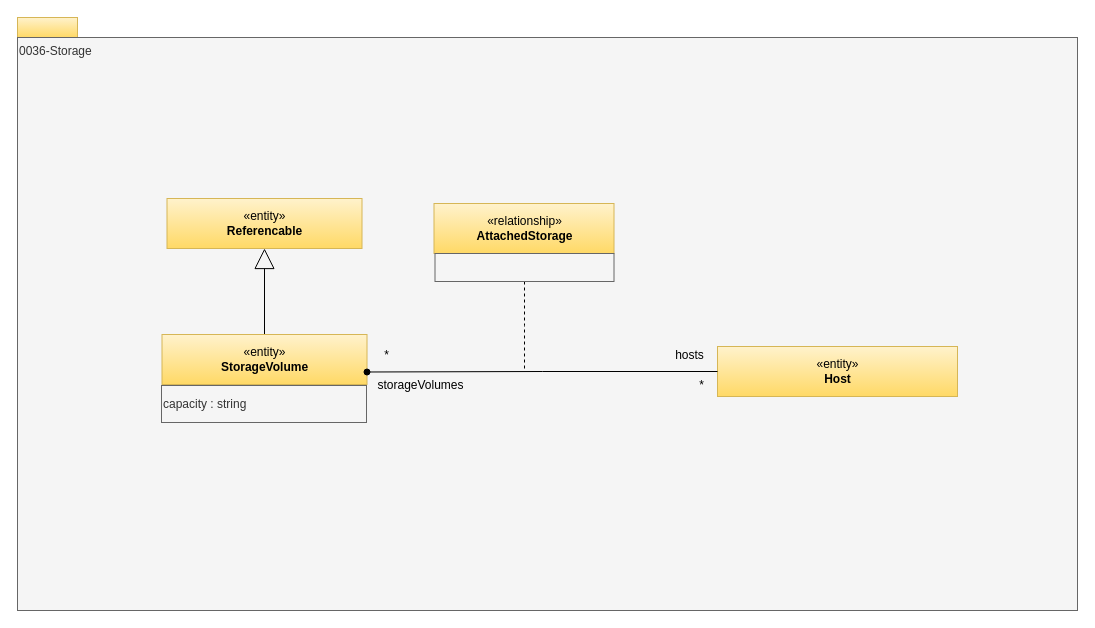
Above: page "0036-Storage" (22 of 32) of site/docs/types/0/area-0-basic-types-and-infrastructure.drawio in odpi/egeria-docs (draw.io), before the change. Source tidied: cells renumbered, new cells numbered last; positions are measured from the earlier drawing's top-left corner, leaving out a move shared by most shapes. Both pictures are drawn from the tidied source at 100%, with x=0, y=0 at pixel (17, 17).
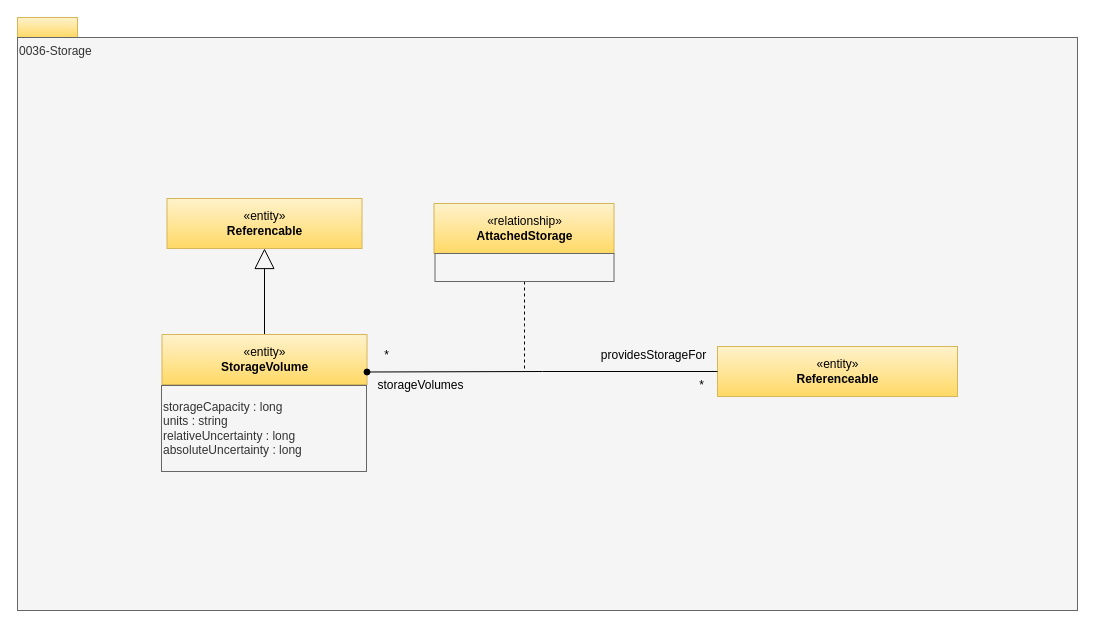
Above is the later version.

What changed in the source:
```diff
@@
 <mxGraphModel>
   <root>
     <mxCell id="0" />
     <mxCell id="1" parent="0" />
     <mxCell id="2" style="rounded=0;whiteSpace=wrap;html=1;align=left;fillColor=#fff2cc;strokeColor=#d6b656;gradientColor=#ffd966;" parent="1" vertex="1">
       <mxGeometry width="60" height="20" as="geometry" />
     </mxCell>
     <mxCell id="3" value="0036-Storage" style="rounded=0;whiteSpace=wrap;html=1;align=left;verticalAlign=top;fillColor=#f5f5f5;fontColor=#333333;strokeColor=#666666;" parent="1" vertex="1">
       <mxGeometry y="20" width="1060" height="573" as="geometry" />
     </mxCell>
-    <mxCell id="4" value="«entity»&lt;br&gt;&lt;b&gt;Host&lt;/b&gt;" style="html=1;strokeColor=#d6b656;align=center;fillColor=#fff2cc;gradientColor=#ffd966;" parent="1" vertex="1">
+    <mxCell id="4" value="«entity»&lt;br&gt;&lt;b&gt;Referenceable&lt;/b&gt;" style="html=1;strokeColor=#d6b656;align=center;fillColor=#fff2cc;gradientColor=#ffd966;" parent="1" vertex="1">
       <mxGeometry x="700" y="329" width="240" height="50" as="geometry" />
     </mxCell>
     <mxCell id="5" style="edgeStyle=orthogonalEdgeStyle;rounded=0;jettySize=auto;html=1;endArrow=block;endFill=0;endSize=18;strokeWidth=1;" parent="1" edge="1" source="6" target="15">
       <mxGeometry relative="1" as="geometry" />
     </mxCell>
     <mxCell id="6" value="«entity»&lt;br&gt;&lt;b&gt;StorageVolume&lt;/b&gt;" style="html=1;strokeColor=#d6b656;align=center;fillColor=#fff2cc;gradientColor=#ffd966;" parent="1" vertex="1">
       <mxGeometry x="144.5" y="317" width="205" height="50" as="geometry" />
     </mxCell>
-    <mxCell id="7" value="capacity : string" style="rounded=0;whiteSpace=wrap;html=1;strokeColor=#666666;align=left;fillColor=#f5f5f5;fontColor=#333333;" parent="1" vertex="1">
-      <mxGeometry x="144" y="368" width="205" height="37" as="geometry" />
+    <mxCell id="7" value="storageCapacity : long&lt;div&gt;units : string&lt;/div&gt;&lt;div&gt;relativeUncertainty : long&lt;/div&gt;&lt;div&gt;absoluteUncertainty : long&lt;/div&gt;" style="rounded=0;whiteSpace=wrap;html=1;strokeColor=#666666;align=left;fillColor=#f5f5f5;fontColor=#333333;" parent="1" vertex="1">
+      <mxGeometry x="144" y="368" width="205" height="86" as="geometry" />
     </mxCell>
     <mxCell id="8" value="*" style="text;html=1;align=center;verticalAlign=middle;strokeColor=none;" parent="1" vertex="1">
       <mxGeometry x="676" y="359" width="15" height="18" as="geometry" />
     </mxCell>
     <mxCell id="9" style="edgeStyle=orthogonalEdgeStyle;rounded=0;html=1;endArrow=none;endFill=0;jettySize=auto;dashed=1;exitX=0.5;exitY=1;exitDx=0;exitDy=0;" parent="1" edge="1" source="11">
       <mxGeometry relative="1" as="geometry">
         <mxPoint x="507" y="352" as="targetPoint" />
       </mxGeometry>
     </mxCell>
     <mxCell id="10" value="«relationship»&lt;br&gt;&lt;b&gt;AttachedStorage&lt;/b&gt;" style="html=1;strokeColor=#d6b656;align=center;fillColor=#fff2cc;gradientColor=#ffd966;" parent="1" vertex="1">
       <mxGeometry x="416.5" y="186" width="180" height="50" as="geometry" />
     </mxCell>
     <mxCell id="11" style="rounded=0;whiteSpace=wrap;html=1;strokeColor=#666666;align=left;fillColor=#f5f5f5;fontColor=#333333;" parent="1" vertex="1">
       <mxGeometry x="417.5" y="236" width="179" height="28" as="geometry" />
     </mxCell>
     <mxCell id="12" value="*" style="text;html=1;align=center;verticalAlign=middle;strokeColor=none;" parent="1" vertex="1">
       <mxGeometry x="361" y="329" width="15" height="18" as="geometry" />
     </mxCell>
     <mxCell id="13" value="storageVolumes" style="text;html=1;align=center;verticalAlign=middle;strokeColor=none;" parent="1" vertex="1">
       <mxGeometry x="355" y="359" width="96" height="18" as="geometry" />
     </mxCell>
-    <mxCell id="14" value="hosts" style="text;html=1;align=center;verticalAlign=middle;strokeColor=none;" parent="1" vertex="1">
-      <mxGeometry x="652" y="329" width="39" height="18" as="geometry" />
+    <mxCell id="14" value="providesStorageFor" style="text;html=1;align=center;verticalAlign=middle;strokeColor=none;" parent="1" vertex="1">
+      <mxGeometry x="574" y="325" width="123" height="26" as="geometry" />
     </mxCell>
     <mxCell id="15" value="«entity»&lt;br&gt;&lt;b&gt;Referencable&lt;/b&gt;" style="html=1;strokeColor=#d6b656;align=center;fillColor=#fff2cc;gradientColor=#ffd966;" parent="1" vertex="1">
       <mxGeometry x="149.5" y="181" width="195" height="50" as="geometry" />
     </mxCell>
     <mxCell id="16" style="edgeStyle=orthogonalEdgeStyle;rounded=0;jettySize=auto;html=1;exitX=0;exitY=0.5;exitDx=0;exitDy=0;entryX=1;entryY=0.75;entryDx=0;entryDy=0;startArrow=none;startFill=0;endArrow=oval;endFill=1;endSize=6;strokeWidth=1;" parent="1" edge="1" source="4" target="6">
       <mxGeometry relative="1" as="geometry" />
     </mxCell>
   </root>
 </mxGraphModel>
```
